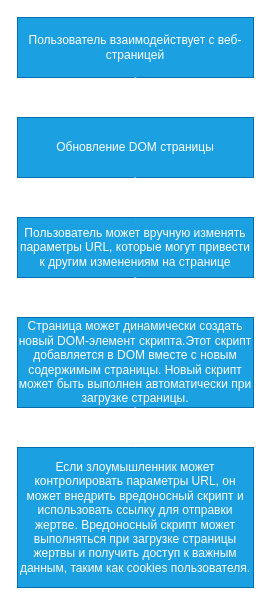
Before: WEB/XSS/diagrams/DomBasedXSS.drawio in piypil/6ukuna, a draw.io diagram. Source tidied: cells renumbered, new cells numbered last; positions are measured from the earlier drawing's top-left corner, leaving out a move shared by most shapes. Both pictures are drawn from the tidied source at 100%, with x=0, y=0 at pixel (17, 17).
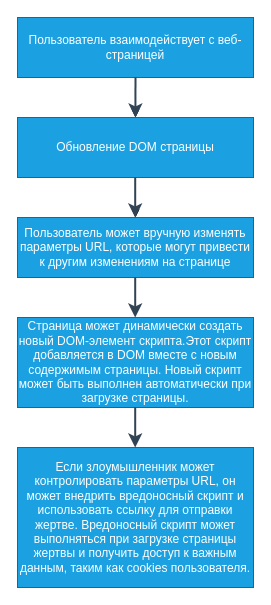
The same page after the edit.

The edit, as a diff of the source:
```diff
@@
 <mxGraphModel>
   <root>
     <mxCell id="0" />
     <mxCell id="1" parent="0" />
+    <mxCell id="11" style="edgeStyle=orthogonalEdgeStyle;rounded=0;jettySize=auto;html=1;" parent="1" edge="1" source="2" target="4">
+      <mxGeometry relative="1" as="geometry" />
+    </mxCell>
     <mxCell id="2" value="Пользователь взаимодействует с веб-страницей" style="rounded=0;whiteSpace=wrap;fillColor=#1ba1e2;fontColor=#ffffff;strokeColor=#006EAF;" parent="1" vertex="1">
       <mxGeometry width="236" height="60" as="geometry" />
     </mxCell>
-    <mxCell id="3" style="endArrow=classic;endSize=8;startSize=8;jumpSize=7;strokeWidth=2;entryX=0.5;entryY=0;entryDx=0;entryDy=0;strokeColor=#FFFFFF;fillColor=#dae8fc;" parent="1" edge="1">
+    <mxCell id="3" style="endArrow=classic;endSize=8;startSize=8;jumpSize=7;strokeWidth=2;entryX=0.5;entryY=0;entryDx=0;entryDy=0;strokeColor=#314354;fillColor=#647687;" parent="1" edge="1">
       <mxGeometry relative="1" as="geometry">
         <mxPoint x="118" y="60" as="sourcePoint" />
         <mxPoint x="117.9" y="100" as="targetPoint" />
       </mxGeometry>
     </mxCell>
+    <mxCell id="12" style="edgeStyle=orthogonalEdgeStyle;rounded=0;jettySize=auto;html=1;" parent="1" edge="1" source="4" target="5">
+      <mxGeometry relative="1" as="geometry" />
+    </mxCell>
     <mxCell id="4" value="Обновление DOM страницы" style="rounded=0;whiteSpace=wrap;fillColor=#1ba1e2;fontColor=#ffffff;strokeColor=#006EAF;" parent="1" vertex="1">
       <mxGeometry y="100" width="236" height="60" as="geometry" />
     </mxCell>
     <mxCell id="5" value="Пользователь может вручную изменять параметры URL, которые могут привести к другим изменениям на странице" style="rounded=0;whiteSpace=wrap;fillColor=#1ba1e2;fontColor=#ffffff;strokeColor=#006EAF;" parent="1" vertex="1">
       <mxGeometry y="200" width="236" height="60" as="geometry" />
     </mxCell>
     <mxCell id="6" value="Страница может динамически создать новый DOM-элемент скрипта.Этот скрипт добавляется в DOM вместе с новым содержимым страницы. Новый скрипт может быть выполнен автоматически при загрузке страницы." style="rounded=0;whiteSpace=wrap;fillColor=#1ba1e2;fontColor=#ffffff;strokeColor=#006EAF;" parent="1" vertex="1">
       <mxGeometry y="300" width="236" height="90" as="geometry" />
     </mxCell>
     <mxCell id="7" value="Если злоумышленник может контролировать параметры URL, он может внедрить вредоносный скрипт и использовать ссылку для отправки жертве. Вредоносный скрипт может выполняться при загрузке страницы жертвы и получить доступ к важным данным, таким как cookies пользователя." style="rounded=0;whiteSpace=wrap;fillColor=#1ba1e2;fontColor=#ffffff;strokeColor=#006EAF;" parent="1" vertex="1">
       <mxGeometry y="430" width="236" height="140" as="geometry" />
     </mxCell>
-    <mxCell id="8" style="endArrow=classic;endSize=8;startSize=8;jumpSize=7;strokeWidth=2;entryX=0.5;entryY=0;entryDx=0;entryDy=0;strokeColor=#FFFFFF;fillColor=#dae8fc;" parent="1" edge="1">
+    <mxCell id="8" style="endArrow=classic;endSize=8;startSize=8;jumpSize=7;strokeWidth=2;entryX=0.5;entryY=0;entryDx=0;entryDy=0;strokeColor=#314354;fillColor=#647687;" parent="1" edge="1">
       <mxGeometry relative="1" as="geometry">
         <mxPoint x="117.7" y="160" as="sourcePoint" />
         <mxPoint x="117.7" y="200" as="targetPoint" />
       </mxGeometry>
     </mxCell>
-    <mxCell id="9" style="endArrow=classic;endSize=8;startSize=8;jumpSize=7;strokeWidth=2;entryX=0.5;entryY=0;entryDx=0;entryDy=0;strokeColor=#FFFFFF;fillColor=#dae8fc;" parent="1" edge="1">
+    <mxCell id="9" style="endArrow=classic;endSize=8;startSize=8;jumpSize=7;strokeWidth=2;entryX=0.5;entryY=0;entryDx=0;entryDy=0;strokeColor=#314354;fillColor=#647687;" parent="1" edge="1">
       <mxGeometry relative="1" as="geometry">
         <mxPoint x="117.7" y="260" as="sourcePoint" />
         <mxPoint x="117.7" y="300" as="targetPoint" />
       </mxGeometry>
     </mxCell>
-    <mxCell id="10" style="endArrow=classic;endSize=8;startSize=8;jumpSize=7;strokeWidth=2;entryX=0.5;entryY=0;entryDx=0;entryDy=0;strokeColor=#FFFFFF;fillColor=#dae8fc;" parent="1" edge="1">
+    <mxCell id="10" style="endArrow=classic;endSize=8;startSize=8;jumpSize=7;strokeWidth=2;entryX=0.5;entryY=0;entryDx=0;entryDy=0;strokeColor=#314354;fillColor=#647687;" parent="1" edge="1">
       <mxGeometry relative="1" as="geometry">
         <mxPoint x="117.7" y="390" as="sourcePoint" />
         <mxPoint x="117.7" y="430" as="targetPoint" />
       </mxGeometry>
     </mxCell>
   </root>
 </mxGraphModel>
```
